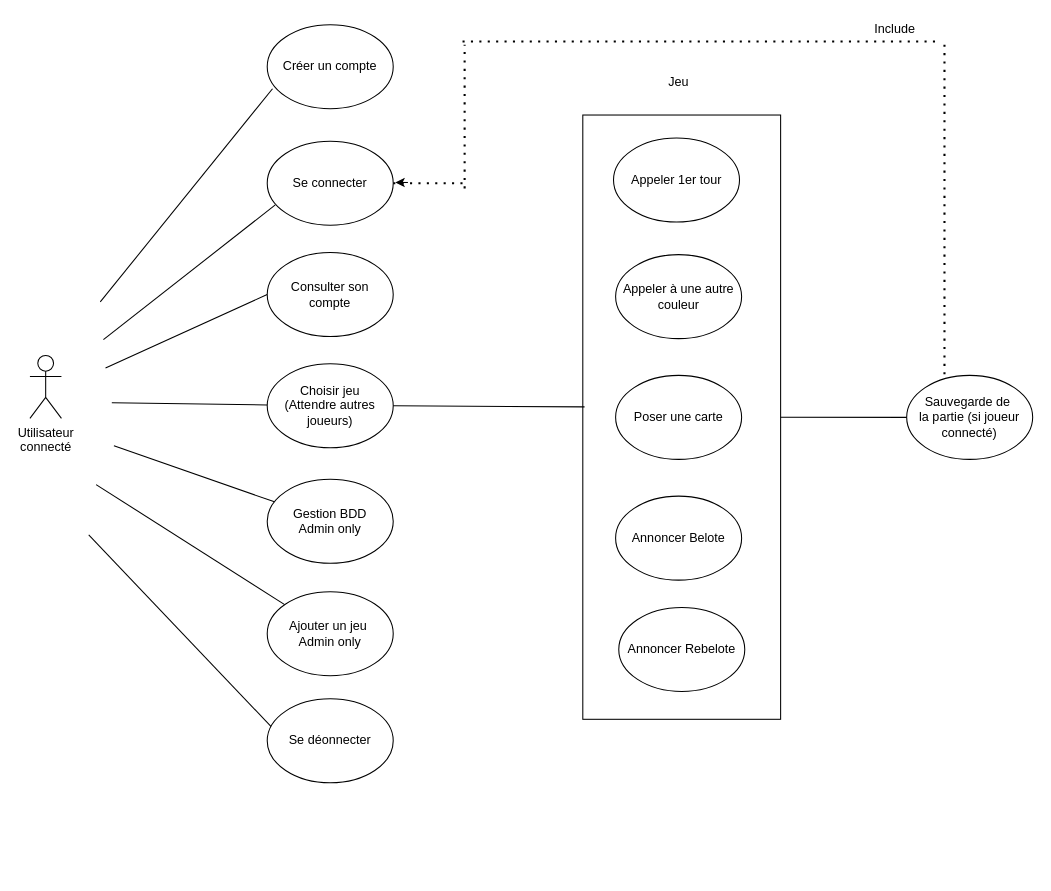
The draw.io diagram Diagrams/UsageDiagram.drawio in CamiliaKashi/ProjetInfo2A, before the edit. Source tidied: cells renumbered, new cells numbered last; positions are measured from the earlier drawing's top-left corner, leaving out a move shared by most shapes. Both pictures are drawn from the tidied source at 105%, with x=0, y=0 at pixel (29, 18).
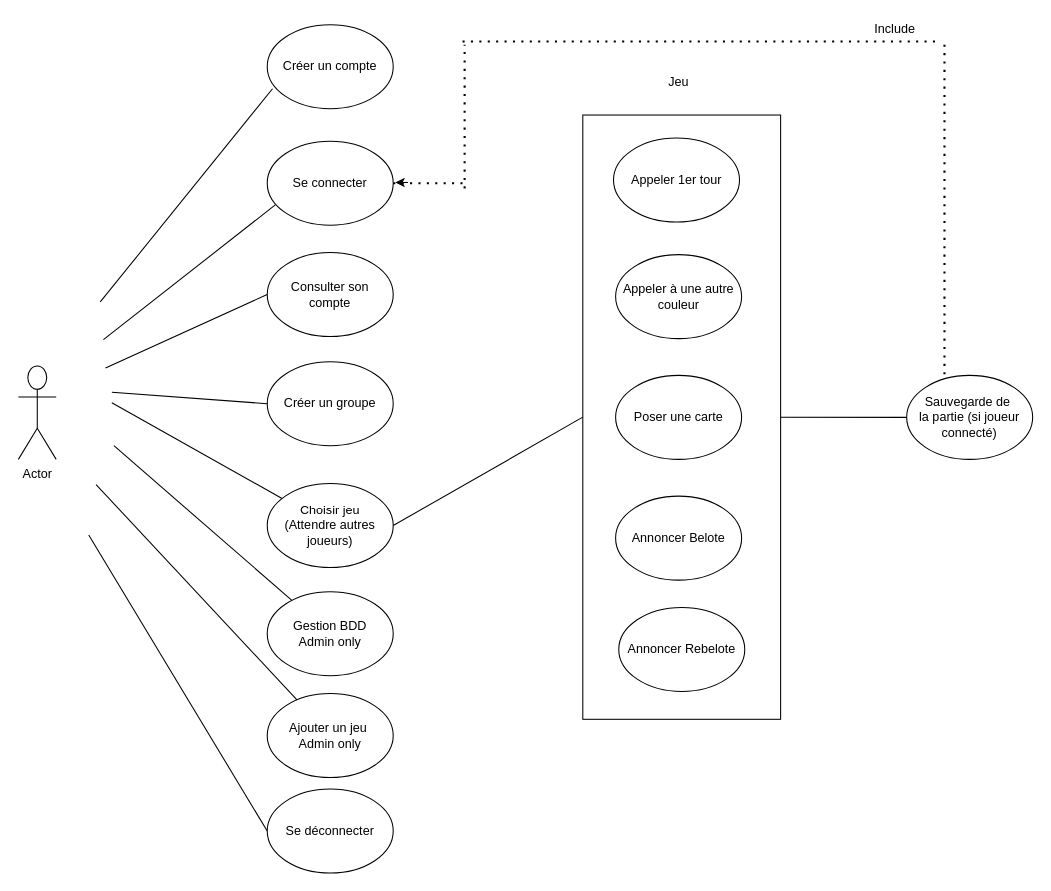
Above is the later version.

Unchanged cells that the change refers to:
```xml
<mxCell id="2" style="rounded=0;whiteSpace=wrap;html=1;rotation=90;" parent="1" vertex="1">
  <mxGeometry x="333" y="285.6" width="575.5" height="188.4" as="geometry" />
</mxCell>
```

The edit, as a diff of the source:
```diff
@@
-    <mxCell id="6" value="Utilisateur &lt;br&gt;connecté" style="shape=umlActor;verticalLabelPosition=bottom;verticalAlign=top;html=1;" parent="1" vertex="1">
-      <mxGeometry y="321" width="30" height="60" as="geometry" />
-    </mxCell>
     <mxCell id="7" value="Ajouter un jeu&amp;nbsp;&lt;br&gt;Admin only" style="ellipse;whiteSpace=wrap;html=1;" parent="1" vertex="1">
-      <mxGeometry x="226" y="546" width="120" height="80" as="geometry" />
+      <mxGeometry x="226" y="643" width="120" height="80" as="geometry" />
     </mxCell>
@@
     <mxCell id="12" value="Choisir jeu&lt;br&gt;(Attendre autres joueurs)" style="ellipse;whiteSpace=wrap;html=1;" parent="1" vertex="1">
-      <mxGeometry x="226" y="329" width="120" height="80" as="geometry" />
+      <mxGeometry x="226" y="443" width="120" height="80" as="geometry" />
     </mxCell>
     <mxCell id="13" value="Gestion BDD&lt;br&gt;Admin only" style="ellipse;whiteSpace=wrap;html=1;" parent="1" vertex="1">
-      <mxGeometry x="226" y="439" width="120" height="80" as="geometry" />
+      <mxGeometry x="226" y="546" width="120" height="80" as="geometry" />
     </mxCell>
-    <mxCell id="14" style="endArrow=none;html=1;" parent="1" edge="1">
+    <mxCell id="14" style="endArrow=none;html=1;entryX=0;entryY=0.5;entryDx=0;entryDy=0;" parent="1" edge="1" target="22">
       <mxGeometry relative="1" as="geometry">
         <mxPoint x="56" y="492" as="sourcePoint" />
-        <mxPoint x="234" y="679" as="targetPoint" />
       </mxGeometry>
     </mxCell>
@@
-    <mxCell id="19" style="endArrow=none;html=1;exitX=1;exitY=0.5;exitDx=0;exitDy=0;entryX=0.483;entryY=0.991;entryDx=0;entryDy=0;entryPerimeter=0;" parent="1" edge="1" source="12" target="2">
+    <mxCell id="19" style="endArrow=none;html=1;exitX=1;exitY=0.5;exitDx=0;exitDy=0;entryX=0.5;entryY=1;entryDx=0;entryDy=0;" parent="1" edge="1" source="12" target="2">
       <mxGeometry relative="1" as="geometry" />
     </mxCell>
@@
-    <mxCell id="22" value="Se déonnecter" style="ellipse;whiteSpace=wrap;html=1;" parent="1" vertex="1">
-      <mxGeometry x="226" y="648" width="120" height="80" as="geometry" />
+    <mxCell id="22" value="Se déconnecter" style="ellipse;whiteSpace=wrap;html=1;" parent="1" vertex="1">
+      <mxGeometry x="226" y="734" width="120" height="80" as="geometry" />
     </mxCell>
@@
+    <mxCell id="33" value="Créer un groupe" style="ellipse;whiteSpace=wrap;html=1;" parent="1" vertex="1">
+      <mxGeometry x="226" y="327" width="120" height="80" as="geometry" />
+    </mxCell>
+    <mxCell id="34" style="endArrow=none;html=1;entryX=0;entryY=0.5;entryDx=0;entryDy=0;" parent="1" edge="1" target="33">
+      <mxGeometry relative="1" as="geometry">
+        <mxPoint x="78" y="356" as="sourcePoint" />
+      </mxGeometry>
+    </mxCell>
+    <mxCell id="35" value="Actor" style="shape=umlActor;verticalLabelPosition=bottom;verticalAlign=top;html=1;" parent="1" vertex="1">
+      <mxGeometry x="-11" y="331" width="36" height="89" as="geometry" />
+    </mxCell>
```
